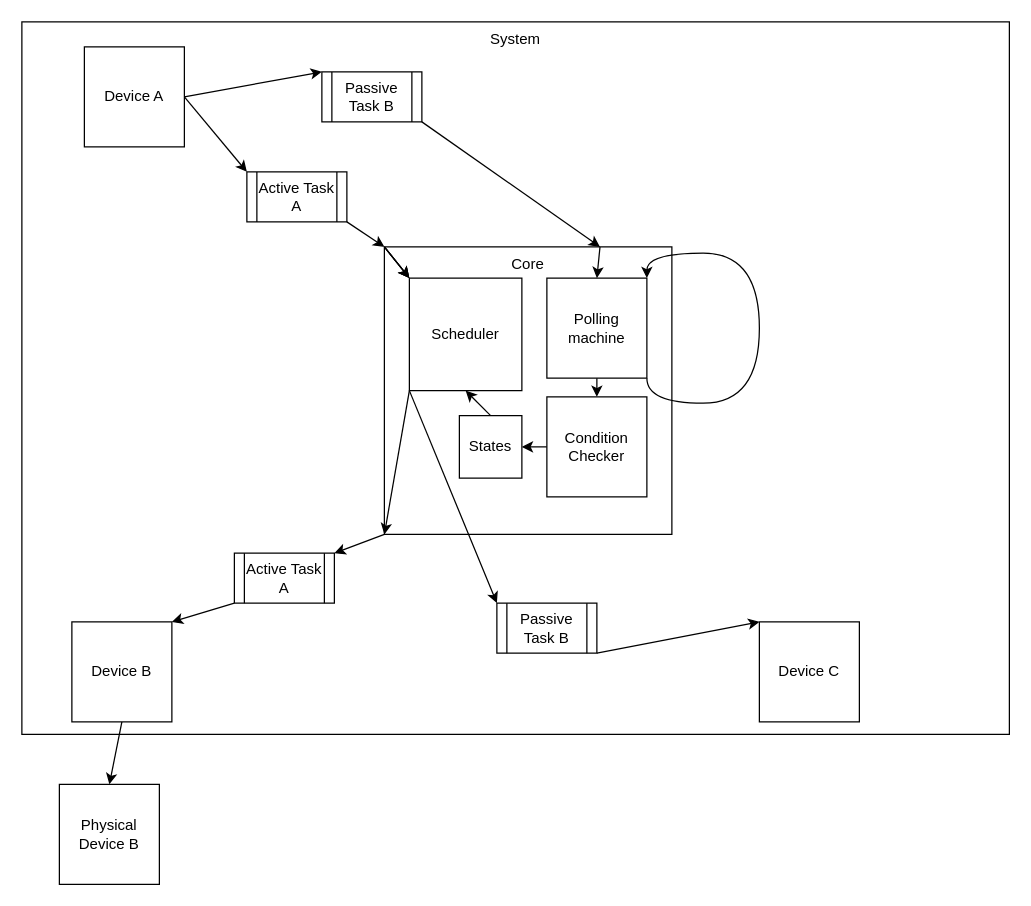
The draw.io diagram Untitled Diagram.drawio in hkjj293/lw-gp-iot, before the edit. Source tidied: cells renumbered, new cells numbered last; positions are measured from the earlier drawing's top-left corner, leaving out a move shared by most shapes. Both pictures are drawn from the tidied source at 125%, with x=0, y=0 at pixel (21, 21).
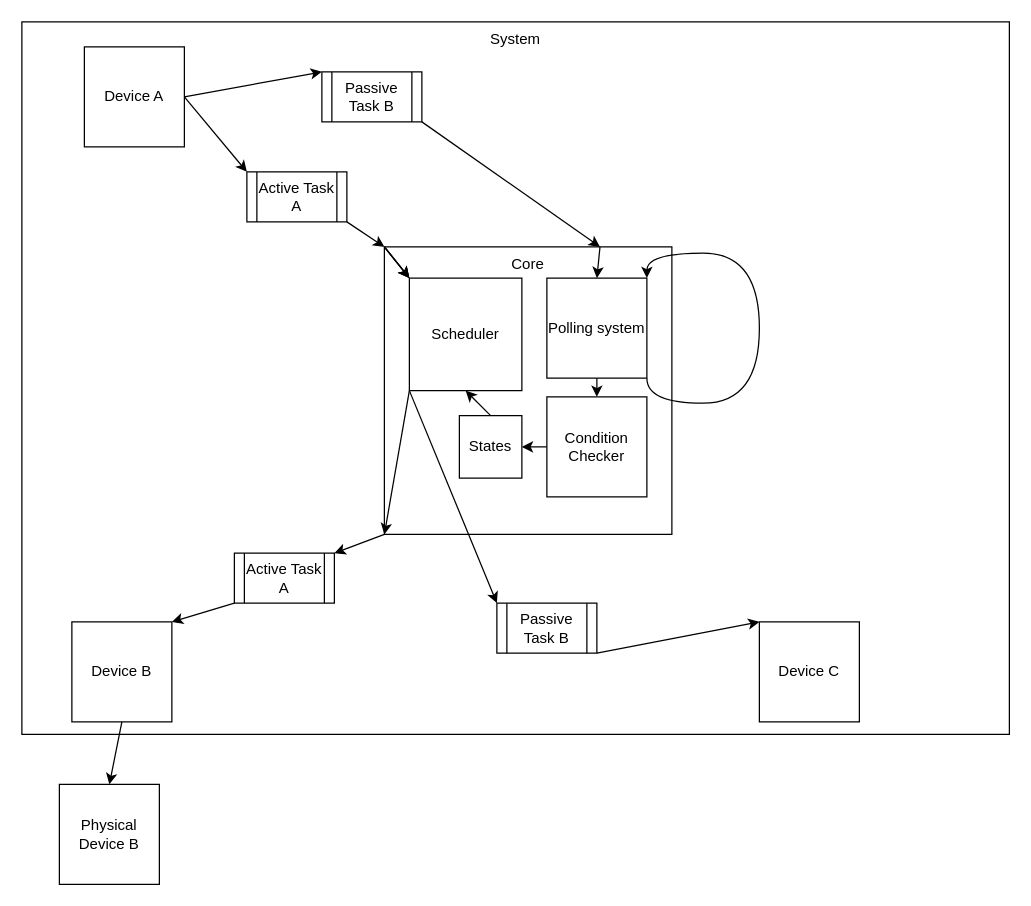
The same diagram, later.

The change refers to these unchanged cells:
```xml
<mxCell id="14" style="group;" parent="4" vertex="1">
  <mxGeometry x="290" y="180" width="230" height="230" as="geometry" />
</mxCell>
```

What changed in the source:
```diff
@@
-    <mxCell id="18" value="Polling machine" style="whiteSpace=wrap;html=1;" parent="14" vertex="1">
+    <mxCell id="18" value="Polling system" style="whiteSpace=wrap;html=1;" parent="14" vertex="1">
       <mxGeometry x="130" y="25" width="80" height="80" as="geometry" />
     </mxCell>
```
